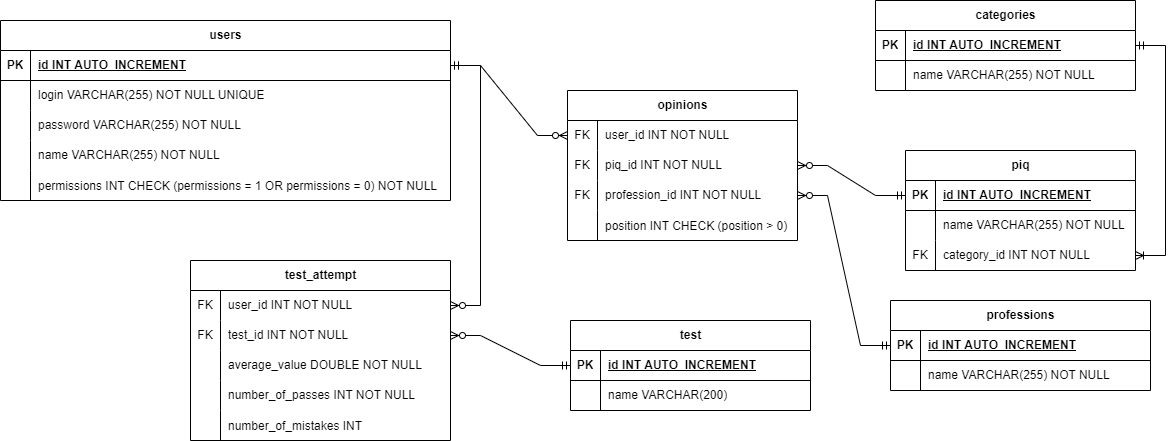
Above: labaOPDOPDOPD/db_things/opdopdopd.png in naku0/OPDOPDOPD (draw.io), before the change. Source tidied: cells renumbered, new cells last; positions are measured from the earlier drawing's top-left corner, leaving out a move shared by most shapes.
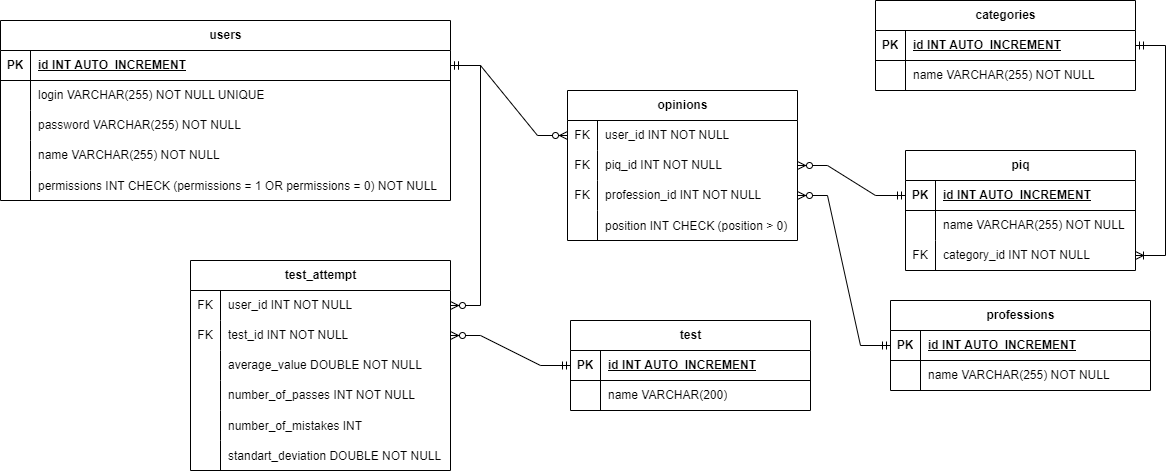
Later version of the same file.

Change to the diagram source:
```diff
@@ -195,7 +195,7 @@
       <mxGeometry x="30" width="210" height="30" as="geometry" />
     </mxCell>
     <mxCell id="66" value="test_attempt" style="shape=table;startSize=30;rowLines=0;fontStyle=1;align=center;html=1;" parent="1" vertex="1">
-      <mxGeometry x="190" y="260" width="260" height="180" as="geometry" />
+      <mxGeometry x="190" y="260" width="260" height="210" as="geometry" />
     </mxCell>
     <mxCell id="67" style="shape=tableRow;horizontal=0;startSize=0;swimlaneHead=0;swimlaneBody=0;fillColor=none;points=[[0,0.5],[1,0.5]];portConstraint=eastwest;top=0;left=0;right=0;bottom=0;" parent="66" vertex="1">
       <mxGeometry y="30" width="260" height="30" as="geometry" />
@@ -242,6 +242,15 @@
     <mxCell id="81" value="number_of_mistakes INT" style="shape=partialRectangle;fillColor=none;top=0;left=0;bottom=0;right=0;align=left;spacingLeft=6;overflow=hidden;" parent="79" vertex="1">
       <mxGeometry x="30" width="230" height="30" as="geometry" />
     </mxCell>
+    <mxCell id="84" style="shape=tableRow;horizontal=0;startSize=0;swimlaneHead=0;swimlaneBody=0;fillColor=none;top=0;left=0;right=0;bottom=0;" parent="66" vertex="1">
+      <mxGeometry y="180" width="260" height="30" as="geometry" />
+    </mxCell>
+    <mxCell id="85" style="shape=partialRectangle;fillColor=none;top=0;left=0;bottom=0;right=0;overflow=hidden;" parent="84" vertex="1">
+      <mxGeometry width="30" height="30" as="geometry" />
+    </mxCell>
+    <mxCell id="86" value="standart_deviation DOUBLE NOT NULL" style="shape=partialRectangle;fillColor=none;top=0;left=0;bottom=0;right=0;align=left;spacingLeft=6;overflow=hidden;" parent="84" vertex="1">
+      <mxGeometry x="30" width="230" height="30" as="geometry" />
+    </mxCell>
     <mxCell id="82" style="edgeStyle=entityRelationEdgeStyle;fontSize=12;html=1;endArrow=ERzeroToMany;startArrow=ERmandOne;rounded=0;entryX=1;entryY=0.5;entryDx=0;entryDy=0;exitX=1;exitY=0.5;exitDx=0;exitDy=0;" parent="1" edge="1" source="3" target="67">
       <mxGeometry relative="1" as="geometry" />
     </mxCell>
```
